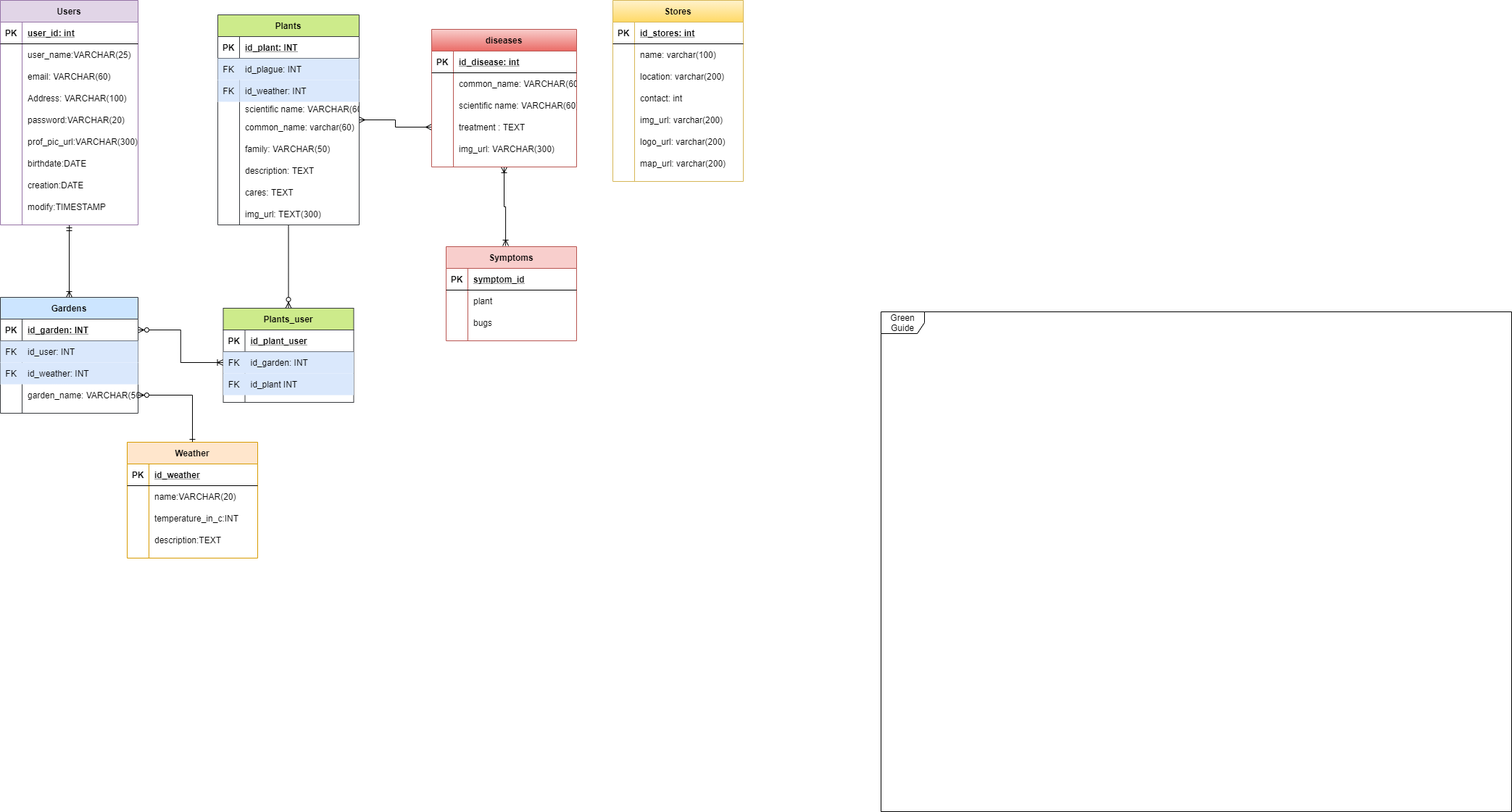
Earlier version of the draw.io export Untitled Diagram.png (Green-Guide-utch/Entity-Relationship-Model). Source tidied: cells renumbered, new cells last; positions are measured from the earlier drawing's top-left corner, leaving out a move shared by most shapes.
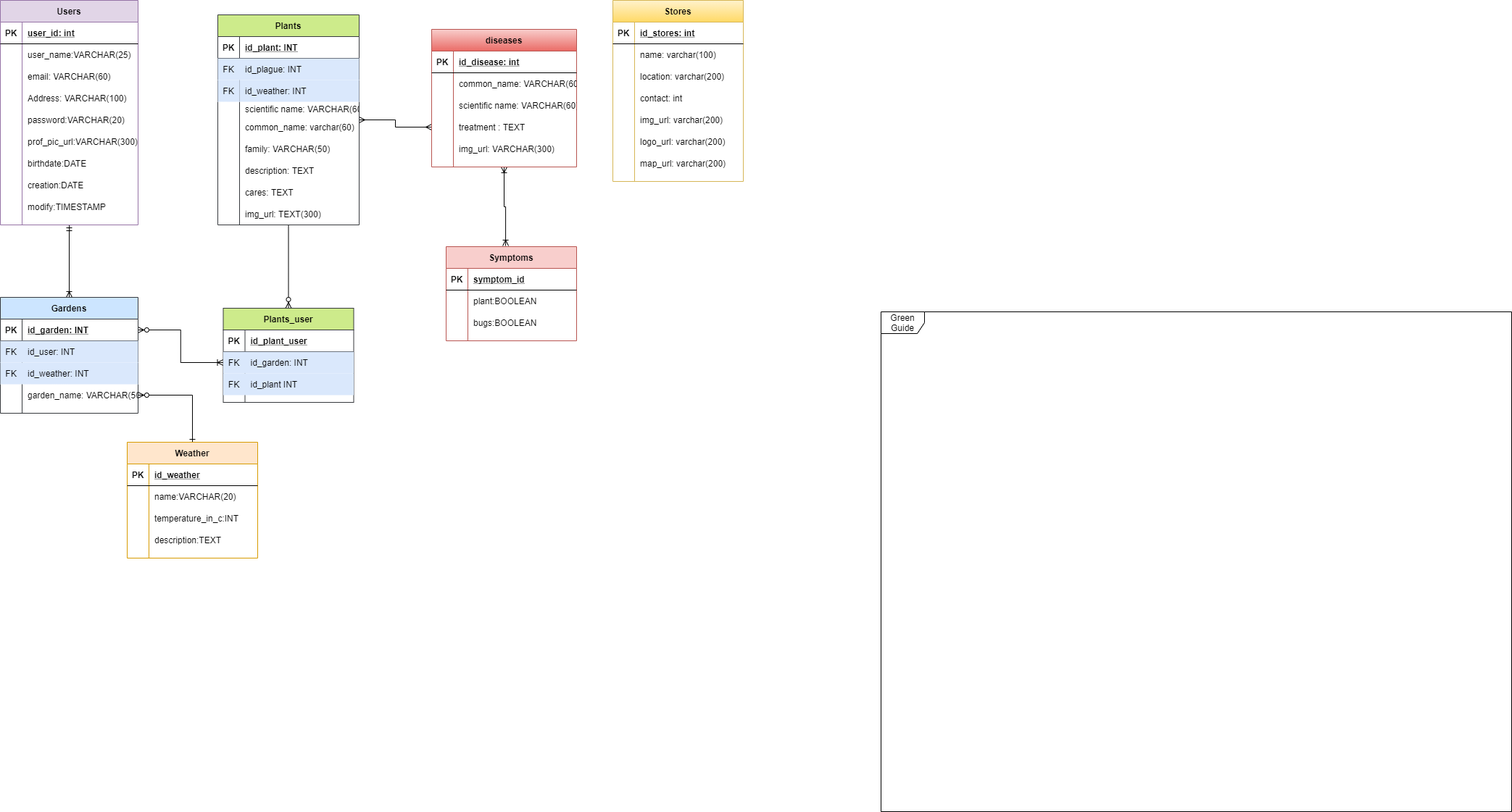
The same file after the commit.

What changed in the source:
```diff
@@ -275,7 +275,7 @@
     <mxCell id="92" style="shape=partialRectangle;fillColor=none;top=0;left=0;bottom=0;right=0;overflow=hidden;" parent="91" vertex="1">
       <mxGeometry width="30" height="30" as="geometry" />
     </mxCell>
-    <mxCell id="93" value="plant" style="shape=partialRectangle;fillColor=none;top=0;left=0;bottom=0;right=0;align=left;spacingLeft=6;overflow=hidden;" parent="91" vertex="1">
+    <mxCell id="93" value="plant:BOOLEAN" style="shape=partialRectangle;fillColor=none;top=0;left=0;bottom=0;right=0;align=left;spacingLeft=6;overflow=hidden;" parent="91" vertex="1">
       <mxGeometry x="30" width="150" height="30" as="geometry" />
     </mxCell>
     <mxCell id="94" style="shape=partialRectangle;fillColor=none;top=0;left=0;bottom=0;right=0;" parent="87" vertex="1">
@@ -284,7 +284,7 @@
     <mxCell id="95" style="shape=partialRectangle;fillColor=none;top=0;left=0;bottom=0;right=0;overflow=hidden;" parent="94" vertex="1">
       <mxGeometry width="30" height="30" as="geometry" />
     </mxCell>
-    <mxCell id="96" value="bugs" style="shape=partialRectangle;fillColor=none;top=0;left=0;bottom=0;right=0;align=left;spacingLeft=6;overflow=hidden;" parent="94" vertex="1">
+    <mxCell id="96" value="bugs:BOOLEAN" style="shape=partialRectangle;fillColor=none;top=0;left=0;bottom=0;right=0;align=left;spacingLeft=6;overflow=hidden;" parent="94" vertex="1">
       <mxGeometry x="30" width="150" height="30" as="geometry" />
     </mxCell>
     <mxCell id="97" value="Users" style="shape=table;startSize=30;rowLines=0;fontStyle=1;align=center;fillColor=#e1d5e7;strokeColor=#9673a6;" parent="1" vertex="1">
```
